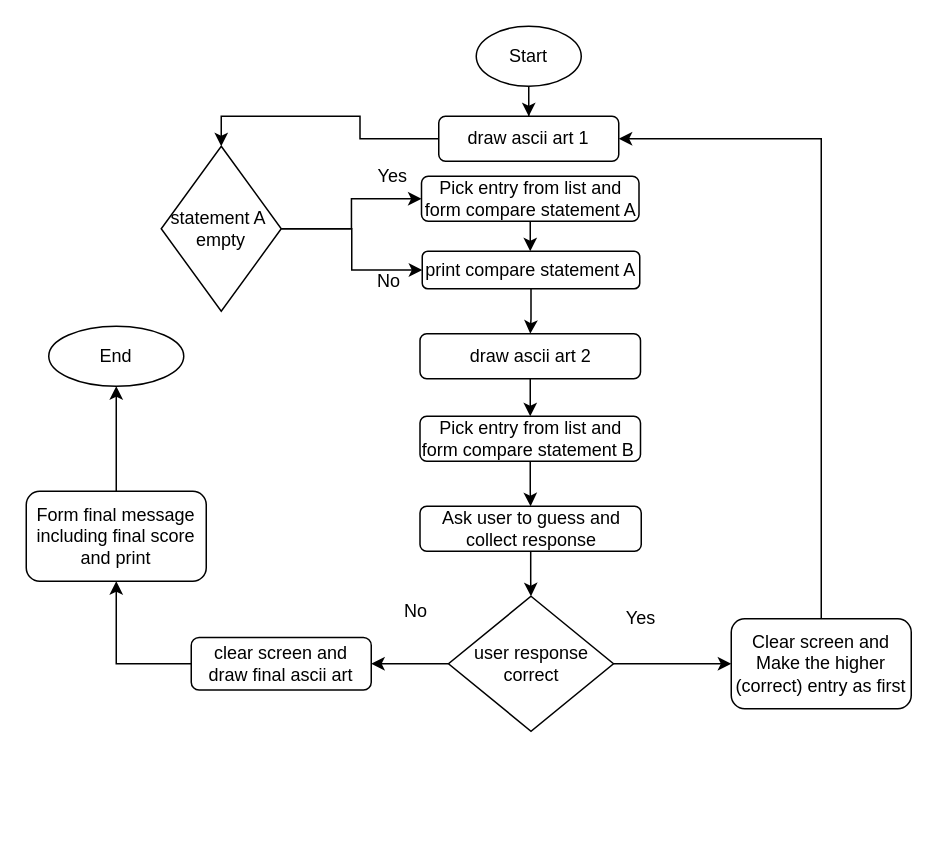
Before: higher_lower_game/higher_lower_game_flowchart.drawio in phadkeavani/pythonprojects, a draw.io diagram. Source tidied: cells renumbered, new cells numbered last; positions are measured from the earlier drawing's top-left corner, leaving out a move shared by most shapes. Both pictures are drawn from the tidied source at 150%, with x=0, y=0 at pixel (26, 26).
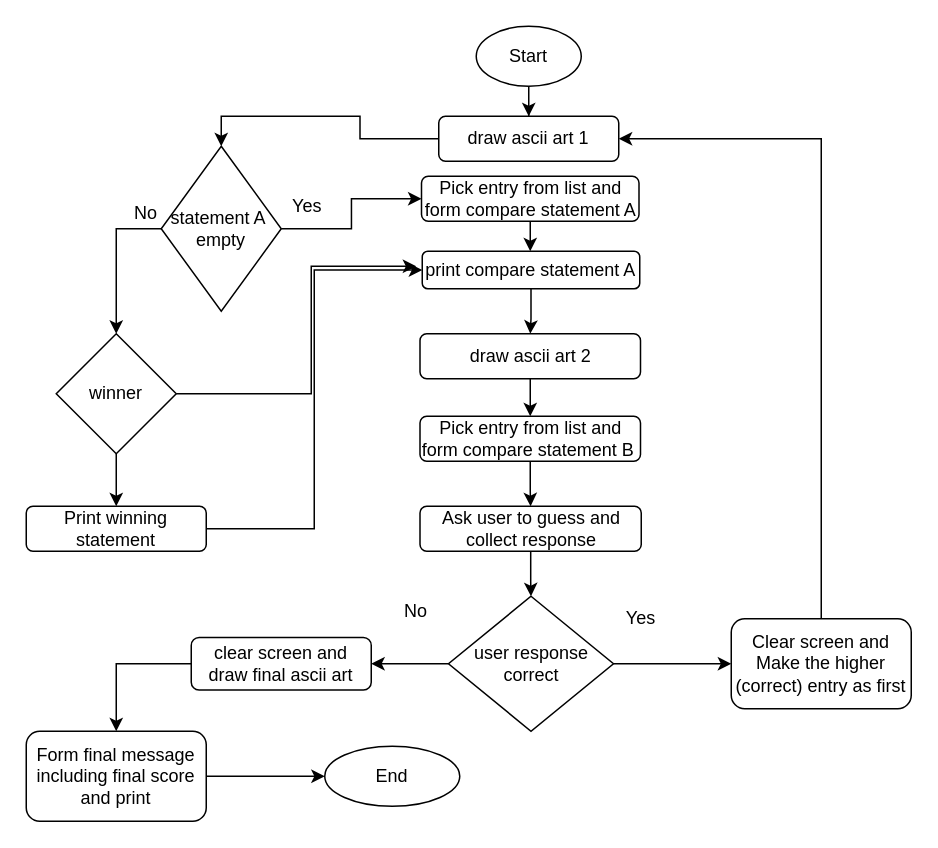
After the change.

Unchanged cells that the change refers to:
```xml
<mxCell id="28" value="statement A&amp;nbsp; empty" style="rhombus;whiteSpace=wrap;html=1;" parent="1" vertex="1">
  <mxGeometry x="90" y="80" width="80" height="110" as="geometry" />
</mxCell>
<mxCell id="32" value="print compare statement A" style="rounded=1;whiteSpace=wrap;html=1;" parent="1" vertex="1">
  <mxGeometry x="264" y="150" width="145" height="25" as="geometry" />
</mxCell>
```

What changed in the source:
```diff
@@
+    <mxCell id="33" style="edgeStyle=orthogonalEdgeStyle;rounded=0;orthogonalLoop=1;jettySize=auto;html=1;" parent="1" edge="1">
+      <mxGeometry relative="1" as="geometry" />
+    </mxCell>
@@
-    <mxCell id="19" value="No" style="text;html=1;whiteSpace=wrap;strokeColor=none;fillColor=none;align=center;verticalAlign=middle;rounded=0;" parent="1" vertex="1">
-      <mxGeometry x="230" y="375" width="60" height="30" as="geometry" />
-    </mxCell>
+    <mxCell id="34" value="No" style="text;html=1;whiteSpace=wrap;strokeColor=none;fillColor=none;align=center;verticalAlign=middle;rounded=0;" parent="1" vertex="1">
+      <mxGeometry x="230" y="375" width="60" height="30" as="geometry" />
+    </mxCell>
@@
     <mxCell id="21" value="Form final message including final score and print" style="rounded=1;whiteSpace=wrap;html=1;" parent="1" vertex="1">
-      <mxGeometry y="310" width="120" height="60" as="geometry" />
+      <mxGeometry y="470" width="120" height="60" as="geometry" />
     </mxCell>
     <mxCell id="22" value="End" style="ellipse;whiteSpace=wrap;html=1;" parent="1" vertex="1">
-      <mxGeometry x="15" y="200" width="90" height="40" as="geometry" />
+      <mxGeometry x="199" y="480" width="90" height="40" as="geometry" />
     </mxCell>
@@
-    <mxCell id="25" value="Yes" style="text;html=1;whiteSpace=wrap;strokeColor=none;fillColor=none;align=center;verticalAlign=middle;rounded=0;" parent="1" vertex="1">
-      <mxGeometry x="380" y="380" width="60" height="30" as="geometry" />
-    </mxCell>
+    <mxCell id="35" value="Yes" style="text;html=1;whiteSpace=wrap;strokeColor=none;fillColor=none;align=center;verticalAlign=middle;rounded=0;" parent="1" vertex="1">
+      <mxGeometry x="380" y="380" width="60" height="30" as="geometry" />
+    </mxCell>
@@
-    <mxCell id="27" style="edgeStyle=orthogonalEdgeStyle;rounded=0;jettySize=auto;html=1;entryX=0;entryY=0.5;entryDx=0;entryDy=0;" parent="1" edge="1" source="28" target="32">
-      <mxGeometry relative="1" as="geometry" />
-    </mxCell>
+    <mxCell id="36" style="edgeStyle=orthogonalEdgeStyle;rounded=0;jettySize=auto;html=1;entryX=0.5;entryY=0;entryDx=0;entryDy=0;exitX=0;exitY=0.5;exitDx=0;exitDy=0;" parent="1" edge="1" source="28" target="41">
+      <mxGeometry relative="1" as="geometry" />
+    </mxCell>
@@
-    <mxCell id="29" value="Yes" style="text;html=1;whiteSpace=wrap;strokeColor=none;fillColor=none;align=center;verticalAlign=middle;rounded=0;" parent="1" vertex="1">
-      <mxGeometry x="226.5" y="90" width="35" height="20" as="geometry" />
-    </mxCell>
-    <mxCell id="30" value="No" style="text;html=1;whiteSpace=wrap;strokeColor=none;fillColor=none;align=center;verticalAlign=middle;rounded=0;" parent="1" vertex="1">
-      <mxGeometry x="221.5" y="165" width="40" height="10" as="geometry" />
-    </mxCell>
+    <mxCell id="37" value="Yes" style="text;html=1;whiteSpace=wrap;strokeColor=none;fillColor=none;align=center;verticalAlign=middle;rounded=0;" parent="1" vertex="1">
+      <mxGeometry x="170" y="110" width="35" height="20" as="geometry" />
+    </mxCell>
+    <mxCell id="38" value="No" style="text;html=1;whiteSpace=wrap;strokeColor=none;fillColor=none;align=center;verticalAlign=middle;rounded=0;" parent="1" vertex="1">
+      <mxGeometry x="60" y="120" width="40" height="10" as="geometry" />
+    </mxCell>
@@
+    <mxCell id="39" style="edgeStyle=orthogonalEdgeStyle;rounded=0;jettySize=auto;html=1;" parent="1" edge="1" source="41" target="43">
+      <mxGeometry relative="1" as="geometry" />
+    </mxCell>
+    <mxCell id="40" style="edgeStyle=orthogonalEdgeStyle;rounded=0;jettySize=auto;html=1;exitX=1;exitY=0.5;exitDx=0;exitDy=0;" parent="1" edge="1" source="41">
+      <mxGeometry relative="1" as="geometry">
+        <mxPoint x="260" y="160" as="targetPoint" />
+        <Array as="points">
+          <mxPoint x="190" y="245" />
+          <mxPoint x="190" y="160" />
+        </Array>
+      </mxGeometry>
+    </mxCell>
+    <mxCell id="41" value="winner" style="rhombus;whiteSpace=wrap;html=1;" parent="1" vertex="1">
+      <mxGeometry x="20" y="205" width="80" height="80" as="geometry" />
+    </mxCell>
+    <mxCell id="42" style="edgeStyle=orthogonalEdgeStyle;rounded=0;jettySize=auto;html=1;exitX=1;exitY=0.5;exitDx=0;exitDy=0;entryX=0;entryY=0.5;entryDx=0;entryDy=0;" parent="1" edge="1" source="43" target="32">
+      <mxGeometry relative="1" as="geometry" />
+    </mxCell>
+    <mxCell id="43" value="Print winning statement" style="rounded=1;whiteSpace=wrap;html=1;" parent="1" vertex="1">
+      <mxGeometry y="320" width="120" height="30" as="geometry" />
+    </mxCell>
```
